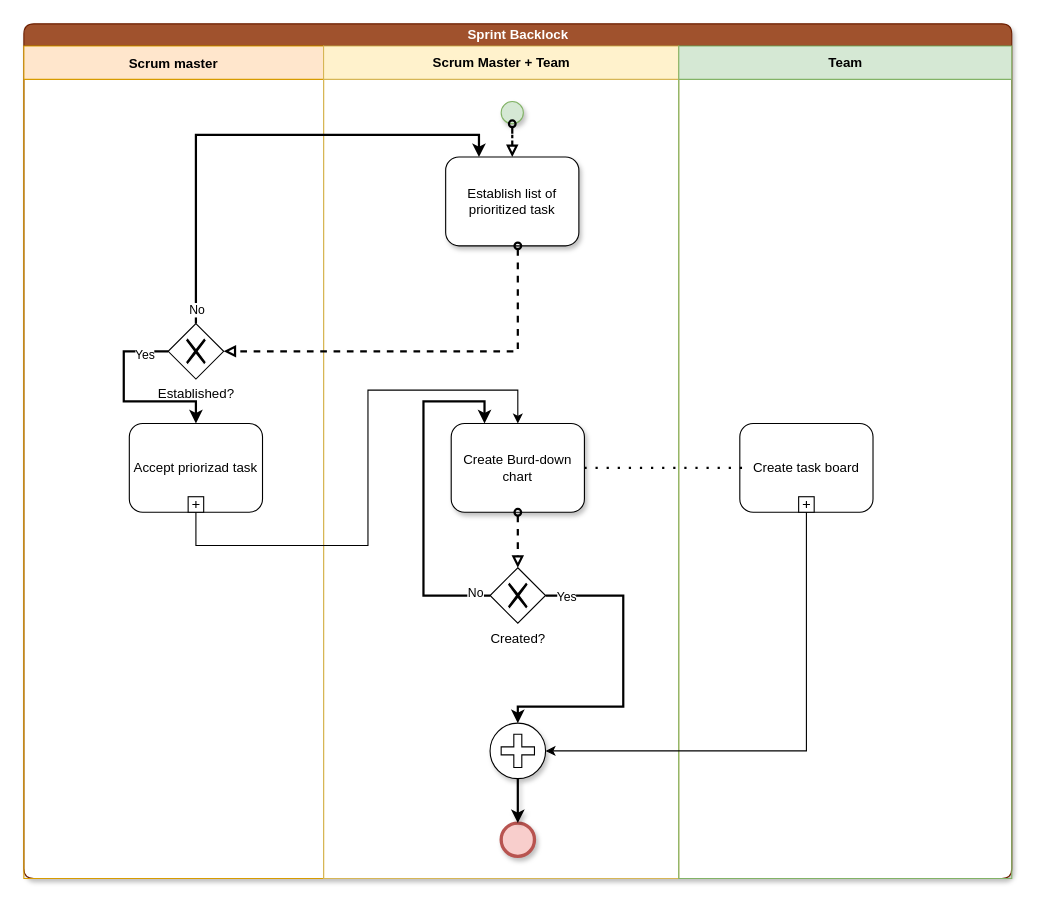
Before: page "Sprint Backlock" (7 of 13) of BPMN_Pre-game.drawio in JavierCabreraDev/Metodologia_Practica, a draw.io diagram. Source tidied: cells renumbered, new cells numbered last; positions are measured from the earlier drawing's top-left corner, leaving out a move shared by most shapes. Both pictures are drawn from the tidied source at 111%, with x=0, y=0 at pixel (23, 23).
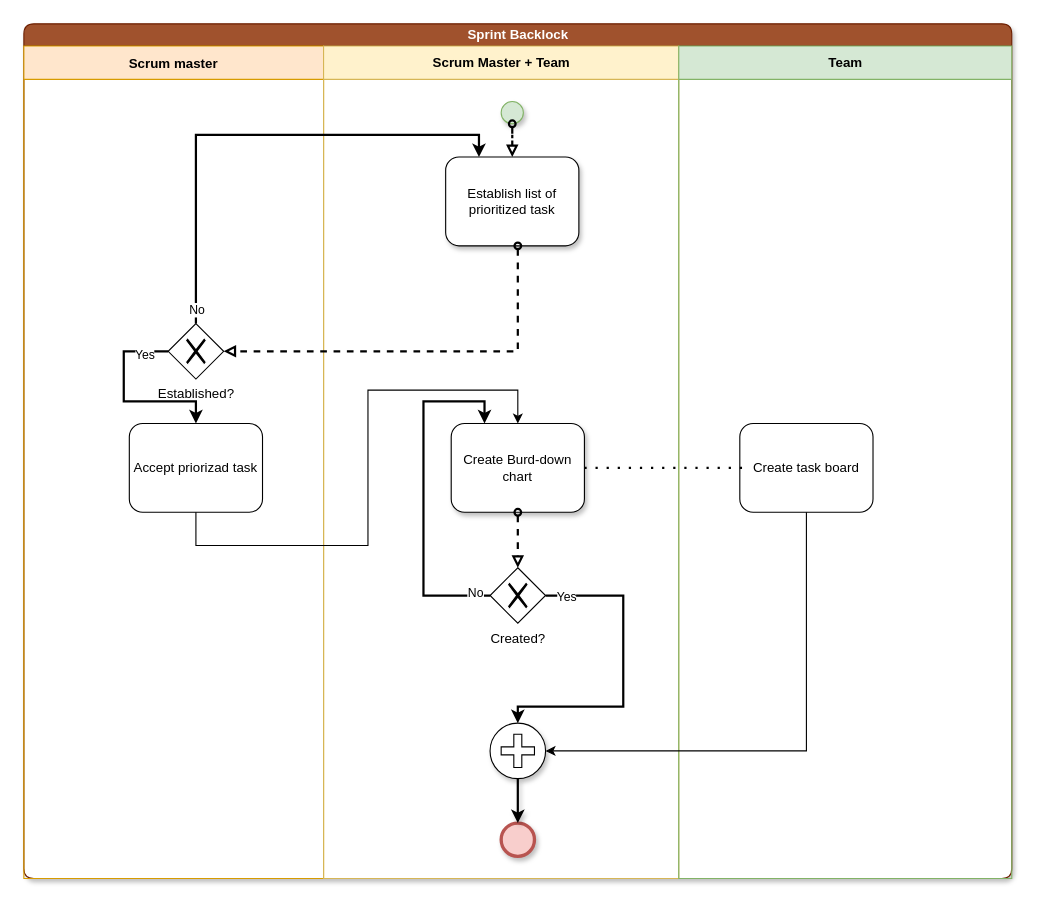
The same diagram, later.

Unchanged cells that the change refers to:
```xml
<mxCell id="5" value="Accept priorizad task" style="html=1;whiteSpace=wrap;rounded=1;" parent="3" vertex="1">
  <mxGeometry x="95" y="340" width="120" height="80" as="geometry" />
</mxCell>
<mxCell id="13" value="Create task board" style="html=1;whiteSpace=wrap;rounded=1;" parent="12" vertex="1">
  <mxGeometry x="55" y="340" width="120" height="80" as="geometry" />
</mxCell>
<mxCell id="21" value="Create Burd-down chart" style="shape=ext;rounded=1;html=1;whiteSpace=wrap;shadow=1;glass=0;gradientColor=none;" parent="1" vertex="1">
  <mxGeometry x="385" y="360" width="120" height="80" as="geometry" />
</mxCell>
```

The edit, as a diff of the source:
```diff
@@
-    <mxCell id="6" style="html=1;shape=plus;outlineConnect=0;" parent="5" vertex="1">
-      <mxGeometry x="0.5" y="1" width="14" height="14" relative="1" as="geometry">
-        <mxPoint x="-7" y="-14" as="offset" />
-      </mxGeometry>
-    </mxCell>
@@
-    <mxCell id="14" style="html=1;shape=plus;" parent="13" vertex="1">
-      <mxGeometry x="0.5" y="1" width="14" height="14" relative="1" as="geometry">
-        <mxPoint x="-7" y="-14" as="offset" />
-      </mxGeometry>
-    </mxCell>
@@
-    <mxCell id="30" style="edgeStyle=orthogonalEdgeStyle;rounded=0;jettySize=auto;html=1;entryX=0.5;entryY=0;entryDx=0;entryDy=0;" parent="1" edge="1" source="6" target="21">
+    <mxCell id="30" style="edgeStyle=orthogonalEdgeStyle;rounded=0;jettySize=auto;html=1;entryX=0.5;entryY=0;entryDx=0;entryDy=0;" parent="1" edge="1" target="21">
       <mxGeometry relative="1" as="geometry">
+        <mxPoint x="155" y="440" as="sourcePoint" />
         <Array as="points">
           <mxPoint x="155" y="470" />
           <mxPoint x="310" y="470" />
           <mxPoint x="310" y="330" />
           <mxPoint x="445" y="330" />
         </Array>
       </mxGeometry>
     </mxCell>
```
